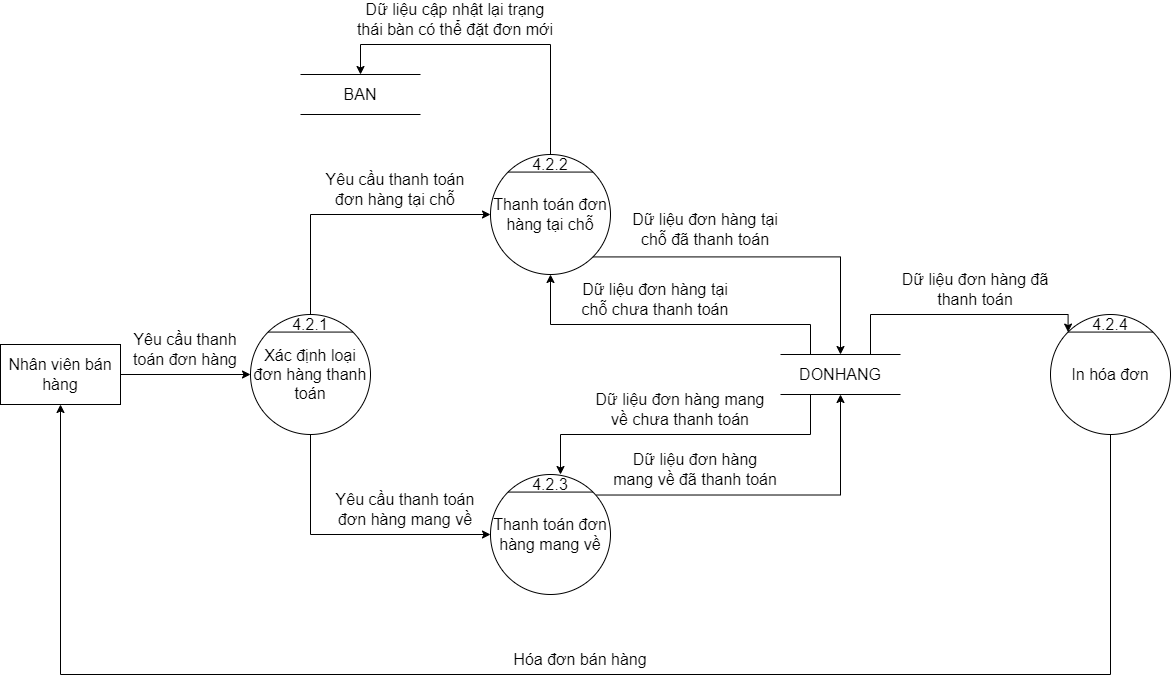
hungtadasuke/CoffeShop_SoftwareTechnology keeps this draw.io diagram as BFD&DFD/BFD&DFD mức 0, 1, 2, 3/DFD_2_Payment.png. Above is the earlier version. Source tidied: cells renumbered, new cells last; positions are measured from the earlier drawing's top-left corner, leaving out a move shared by most shapes.
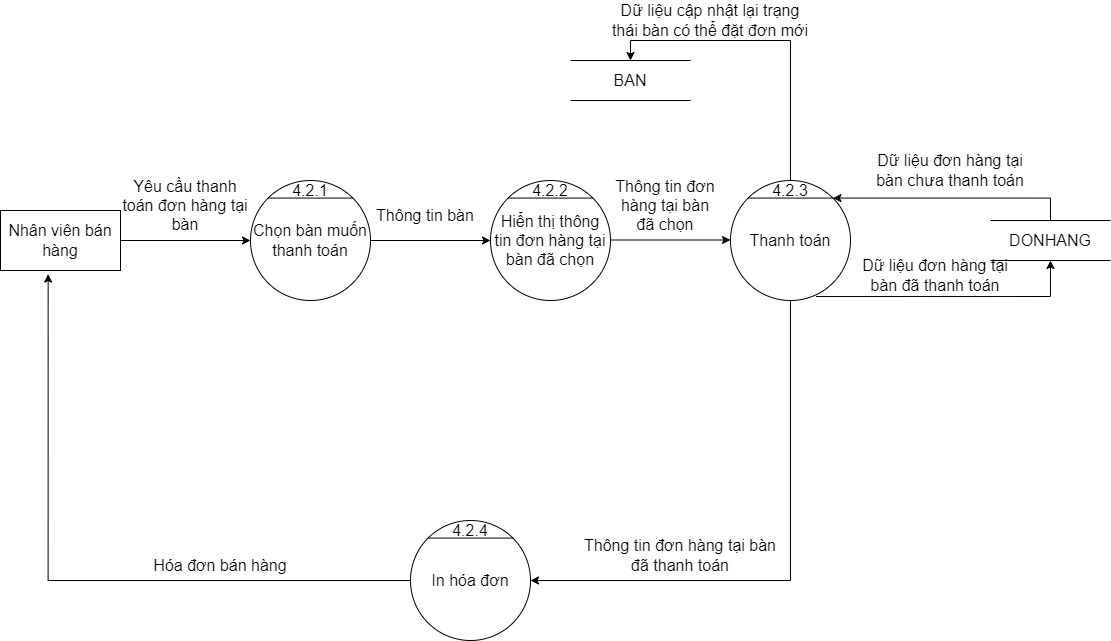
The same file after the commit.

Diff of the diagram source:
```diff
@@ -2,7 +2,7 @@
   <root>
     <mxCell id="0" />
     <mxCell id="1" parent="0" />
-    <mxCell id="2" value="Xác định loại đơn hàng thanh toán" style="ellipse;whiteSpace=wrap;html=1;fontSize=16;" parent="1" vertex="1">
+    <mxCell id="2" value="Chọn bàn muốn thanh toán" style="ellipse;whiteSpace=wrap;html=1;fontSize=16;" parent="1" vertex="1">
       <mxGeometry x="250" y="310" width="120" height="120" as="geometry" />
     </mxCell>
     <mxCell id="3" style="endArrow=none;html=1;rounded=0;exitX=0;exitY=0;exitDx=0;exitDy=0;entryX=1;entryY=0;entryDx=0;entryDy=0;fontSize=16;" parent="1" edge="1" source="2" target="2">
@@ -14,131 +14,105 @@
     <mxCell id="5" value="Nhân viên bán hàng" style="rounded=0;whiteSpace=wrap;html=1;fontSize=16;" parent="1" vertex="1">
       <mxGeometry y="340" width="120" height="60" as="geometry" />
     </mxCell>
-    <mxCell id="6" value="Yêu cầu thanh toán đơn hàng" style="text;html=1;strokeColor=none;fillColor=none;align=center;verticalAlign=middle;whiteSpace=wrap;rounded=0;fontSize=16;" parent="1" vertex="1">
-      <mxGeometry x="120" y="330" width="130" height="30" as="geometry" />
+    <mxCell id="6" value="Yêu cầu thanh toán đơn hàng tại bàn" style="text;html=1;strokeColor=none;fillColor=none;align=center;verticalAlign=middle;whiteSpace=wrap;rounded=0;fontSize=16;" parent="1" vertex="1">
+      <mxGeometry x="120" y="320" width="130" height="30" as="geometry" />
     </mxCell>
     <mxCell id="7" style="endArrow=classic;html=1;rounded=0;exitX=1;exitY=0.5;exitDx=0;exitDy=0;entryX=0;entryY=0.5;entryDx=0;entryDy=0;" parent="1" edge="1" source="5" target="2">
       <mxGeometry relative="1" as="geometry" />
     </mxCell>
-    <mxCell id="8" value="Thanh toán đơn hàng tại chỗ" style="ellipse;whiteSpace=wrap;html=1;fontSize=16;" parent="1" vertex="1">
-      <mxGeometry x="490" y="150" width="120" height="120" as="geometry" />
-    </mxCell>
-    <mxCell id="9" style="endArrow=none;html=1;rounded=0;exitX=0;exitY=0;exitDx=0;exitDy=0;entryX=1;entryY=0;entryDx=0;entryDy=0;fontSize=16;" parent="1" edge="1" source="8" target="8">
-      <mxGeometry relative="1" as="geometry" />
-    </mxCell>
-    <mxCell id="10" value="4.2.2" style="text;html=1;strokeColor=none;fillColor=none;align=center;verticalAlign=middle;whiteSpace=wrap;rounded=0;fontSize=16;" parent="1" vertex="1">
-      <mxGeometry x="530" y="150" width="40" height="20" as="geometry" />
-    </mxCell>
-    <mxCell id="11" value="Thanh toán đơn hàng mang về" style="ellipse;whiteSpace=wrap;html=1;fontSize=16;" parent="1" vertex="1">
-      <mxGeometry x="490" y="470" width="120" height="120" as="geometry" />
-    </mxCell>
-    <mxCell id="12" style="endArrow=none;html=1;rounded=0;exitX=0;exitY=0;exitDx=0;exitDy=0;entryX=1;entryY=0;entryDx=0;entryDy=0;fontSize=16;" parent="1" edge="1" source="11" target="11">
-      <mxGeometry relative="1" as="geometry" />
-    </mxCell>
-    <mxCell id="13" value="4.2.3" style="text;html=1;strokeColor=none;fillColor=none;align=center;verticalAlign=middle;whiteSpace=wrap;rounded=0;fontSize=16;" parent="1" vertex="1">
-      <mxGeometry x="530" y="470" width="40" height="20" as="geometry" />
-    </mxCell>
-    <mxCell id="14" style="edgeStyle=segmentEdgeStyle;endArrow=classic;html=1;rounded=0;entryX=0;entryY=0.5;entryDx=0;entryDy=0;exitX=0.5;exitY=0;exitDx=0;exitDy=0;" parent="1" edge="1" source="4" target="8">
-      <mxGeometry relative="1" as="geometry">
-        <Array as="points">
-          <mxPoint x="310" y="210" />
-        </Array>
-      </mxGeometry>
-    </mxCell>
-    <mxCell id="15" style="edgeStyle=segmentEdgeStyle;endArrow=classic;html=1;rounded=0;exitX=0.5;exitY=1;exitDx=0;exitDy=0;entryX=0;entryY=0.5;entryDx=0;entryDy=0;" parent="1" edge="1" source="2" target="11">
-      <mxGeometry relative="1" as="geometry">
-        <Array as="points">
-          <mxPoint x="310" y="530" />
-        </Array>
-      </mxGeometry>
-    </mxCell>
-    <mxCell id="16" value="Yêu cầu thanh toán đơn hàng tại chỗ" style="text;html=1;strokeColor=none;fillColor=none;align=center;verticalAlign=middle;whiteSpace=wrap;rounded=0;fontSize=16;" parent="1" vertex="1">
-      <mxGeometry x="320" y="170" width="150" height="30" as="geometry" />
-    </mxCell>
-    <mxCell id="17" value="Yêu cầu thanh toán đơn hàng mang về" style="text;html=1;strokeColor=none;fillColor=none;align=center;verticalAlign=middle;whiteSpace=wrap;rounded=0;fontSize=16;" parent="1" vertex="1">
-      <mxGeometry x="330" y="490" width="150" height="30" as="geometry" />
-    </mxCell>
     <mxCell id="18" value="&lt;font style=&quot;font-size: 16px&quot;&gt;DONHANG&lt;/font&gt;" style="shape=partialRectangle;whiteSpace=wrap;html=1;left=0;right=0;fillColor=none;" parent="1" vertex="1">
-      <mxGeometry x="780" y="350" width="120" height="40" as="geometry" />
+      <mxGeometry x="990" y="350" width="120" height="40" as="geometry" />
     </mxCell>
-    <mxCell id="19" style="edgeStyle=segmentEdgeStyle;endArrow=classic;html=1;rounded=0;fontSize=16;entryX=0.5;entryY=0;entryDx=0;entryDy=0;exitX=1;exitY=1;exitDx=0;exitDy=0;" parent="1" edge="1" source="8" target="18">
-      <mxGeometry relative="1" as="geometry" />
-    </mxCell>
-    <mxCell id="20" style="edgeStyle=segmentEdgeStyle;endArrow=classic;html=1;rounded=0;fontSize=16;exitX=0.25;exitY=0;exitDx=0;exitDy=0;entryX=0.5;entryY=1;entryDx=0;entryDy=0;" parent="1" edge="1" source="18" target="8">
-      <mxGeometry relative="1" as="geometry">
-        <Array as="points">
-          <mxPoint x="810" y="320" />
-          <mxPoint x="550" y="320" />
-        </Array>
-      </mxGeometry>
-    </mxCell>
-    <mxCell id="21" value="Dữ liệu đơn hàng tại chỗ chưa thanh toán" style="text;html=1;strokeColor=none;fillColor=none;align=center;verticalAlign=middle;whiteSpace=wrap;rounded=0;fontSize=16;" parent="1" vertex="1">
-      <mxGeometry x="580" y="280" width="150" height="30" as="geometry" />
+    <mxCell id="21" value="Dữ liệu đơn hàng tại bàn chưa thanh toán" style="text;html=1;strokeColor=none;fillColor=none;align=center;verticalAlign=middle;whiteSpace=wrap;rounded=0;fontSize=16;" parent="1" vertex="1">
+      <mxGeometry x="870" y="280" width="160" height="40" as="geometry" />
     </mxCell>
-    <mxCell id="22" value="Dữ liệu đơn hàng tại chỗ đã thanh toán" style="text;html=1;strokeColor=none;fillColor=none;align=center;verticalAlign=middle;whiteSpace=wrap;rounded=0;fontSize=16;" parent="1" vertex="1">
-      <mxGeometry x="630" y="210" width="150" height="30" as="geometry" />
+    <mxCell id="22" value="Dữ liệu đơn hàng tại bàn đã thanh toán" style="text;html=1;strokeColor=none;fillColor=none;align=center;verticalAlign=middle;whiteSpace=wrap;rounded=0;fontSize=16;" parent="1" vertex="1">
+      <mxGeometry x="860" y="390" width="150" height="30" as="geometry" />
     </mxCell>
-    <mxCell id="23" style="edgeStyle=segmentEdgeStyle;endArrow=classic;html=1;rounded=0;fontSize=16;entryX=0.5;entryY=1;entryDx=0;entryDy=0;exitX=0.882;exitY=0.171;exitDx=0;exitDy=0;exitPerimeter=0;" parent="1" edge="1" source="11" target="18">
-      <mxGeometry relative="1" as="geometry" />
-    </mxCell>
-    <mxCell id="24" value="Dữ liệu đơn hàng mang về đã thanh toán" style="text;html=1;strokeColor=none;fillColor=none;align=center;verticalAlign=middle;whiteSpace=wrap;rounded=0;fontSize=16;" parent="1" vertex="1">
-      <mxGeometry x="610" y="450" width="170" height="30" as="geometry" />
-    </mxCell>
-    <mxCell id="25" style="edgeStyle=segmentEdgeStyle;endArrow=classic;html=1;rounded=0;fontSize=16;exitX=0.25;exitY=1;exitDx=0;exitDy=0;entryX=0.75;entryY=0;entryDx=0;entryDy=0;" parent="1" edge="1" source="18" target="13">
-      <mxGeometry relative="1" as="geometry">
-        <Array as="points">
-          <mxPoint x="810" y="430" />
-          <mxPoint x="560" y="430" />
-        </Array>
-      </mxGeometry>
-    </mxCell>
-    <mxCell id="26" value="Dữ liệu đơn hàng mang về chưa thanh toán" style="text;html=1;strokeColor=none;fillColor=none;align=center;verticalAlign=middle;whiteSpace=wrap;rounded=0;fontSize=16;" parent="1" vertex="1">
-      <mxGeometry x="590" y="390" width="180" height="30" as="geometry" />
-    </mxCell>
     <mxCell id="27" value="BAN" style="shape=partialRectangle;whiteSpace=wrap;html=1;left=0;right=0;fillColor=none;fontSize=16;" parent="1" vertex="1">
-      <mxGeometry x="300" y="70" width="120" height="40" as="geometry" />
+      <mxGeometry x="570" y="190" width="120" height="40" as="geometry" />
     </mxCell>
-    <mxCell id="28" style="edgeStyle=segmentEdgeStyle;endArrow=classic;html=1;rounded=0;fontSize=16;exitX=0.5;exitY=0;exitDx=0;exitDy=0;entryX=0.5;entryY=0;entryDx=0;entryDy=0;" parent="1" edge="1" source="10" target="27">
-      <mxGeometry relative="1" as="geometry">
-        <Array as="points">
-          <mxPoint x="550" y="40" />
-          <mxPoint x="360" y="40" />
-        </Array>
-      </mxGeometry>
-    </mxCell>
     <mxCell id="29" value="Dữ liệu cập nhật lại trạng thái bàn có thể đặt đơn mới" style="text;html=1;strokeColor=none;fillColor=none;align=center;verticalAlign=middle;whiteSpace=wrap;rounded=0;fontSize=16;" parent="1" vertex="1">
-      <mxGeometry x="355" width="200" height="30" as="geometry" />
+      <mxGeometry x="610" y="130" width="200" height="40" as="geometry" />
     </mxCell>
-    <mxCell id="30" value="In hóa đơn" style="ellipse;whiteSpace=wrap;html=1;fontSize=16;" parent="1" vertex="1">
-      <mxGeometry x="1050" y="310" width="120" height="120" as="geometry" />
+    <mxCell id="30" value="Hiển thị thông tin đơn hàng tại bàn đã chọn" style="ellipse;whiteSpace=wrap;html=1;fontSize=16;" parent="1" vertex="1">
+      <mxGeometry x="490" y="310" width="120" height="120" as="geometry" />
     </mxCell>
     <mxCell id="31" style="endArrow=none;html=1;rounded=0;exitX=0;exitY=0;exitDx=0;exitDy=0;entryX=1;entryY=0;entryDx=0;entryDy=0;fontSize=16;" parent="1" edge="1" source="30" target="30">
       <mxGeometry relative="1" as="geometry" />
     </mxCell>
-    <mxCell id="32" value="4.2.4" style="text;html=1;strokeColor=none;fillColor=none;align=center;verticalAlign=middle;whiteSpace=wrap;rounded=0;fontSize=16;" parent="1" vertex="1">
-      <mxGeometry x="1090" y="310" width="40" height="20" as="geometry" />
+    <mxCell id="32" value="4.2.2" style="text;html=1;strokeColor=none;fillColor=none;align=center;verticalAlign=middle;whiteSpace=wrap;rounded=0;fontSize=16;" parent="1" vertex="1">
+      <mxGeometry x="530" y="310" width="40" height="20" as="geometry" />
     </mxCell>
-    <mxCell id="33" style="edgeStyle=segmentEdgeStyle;endArrow=classic;html=1;rounded=0;fontSize=16;entryX=0;entryY=0;entryDx=0;entryDy=0;exitX=0.75;exitY=0;exitDx=0;exitDy=0;" parent="1" edge="1" source="18" target="30">
-      <mxGeometry relative="1" as="geometry">
-        <Array as="points">
-          <mxPoint x="870" y="310" />
-          <mxPoint x="1068" y="310" />
-        </Array>
-      </mxGeometry>
-    </mxCell>
-    <mxCell id="34" value="Dữ liệu đơn hàng đã thanh toán" style="text;html=1;strokeColor=none;fillColor=none;align=center;verticalAlign=middle;whiteSpace=wrap;rounded=0;fontSize=16;" parent="1" vertex="1">
-      <mxGeometry x="900" y="270" width="150" height="30" as="geometry" />
-    </mxCell>
-    <mxCell id="35" style="edgeStyle=segmentEdgeStyle;endArrow=classic;html=1;rounded=0;fontSize=16;exitX=0.5;exitY=1;exitDx=0;exitDy=0;entryX=0.5;entryY=1;entryDx=0;entryDy=0;" parent="1" edge="1" source="30" target="5">
-      <mxGeometry relative="1" as="geometry">
-        <Array as="points">
-          <mxPoint x="1110" y="670" />
-          <mxPoint x="60" y="670" />
-        </Array>
-      </mxGeometry>
-    </mxCell>
     <mxCell id="36" value="Hóa đơn bán hàng" style="text;html=1;strokeColor=none;fillColor=none;align=center;verticalAlign=middle;whiteSpace=wrap;rounded=0;fontSize=16;" parent="1" vertex="1">
-      <mxGeometry x="500" y="640" width="160" height="30" as="geometry" />
+      <mxGeometry x="140" y="680" width="160" height="30" as="geometry" />
     </mxCell>
+    <mxCell id="37" style="endArrow=classic;html=1;rounded=0;exitX=1;exitY=0.5;exitDx=0;exitDy=0;" parent="1" edge="1" source="2">
+      <mxGeometry relative="1" as="geometry">
+        <mxPoint x="490" y="370" as="targetPoint" />
+      </mxGeometry>
+    </mxCell>
+    <mxCell id="38" value="Thông tin bàn" style="text;html=1;strokeColor=none;fillColor=none;align=center;verticalAlign=middle;whiteSpace=wrap;rounded=0;fontSize=16;" parent="1" vertex="1">
+      <mxGeometry x="360" y="330" width="130" height="30" as="geometry" />
+    </mxCell>
+    <mxCell id="39" value="Thanh toán" style="ellipse;whiteSpace=wrap;html=1;fontSize=16;" parent="1" vertex="1">
+      <mxGeometry x="730" y="310" width="120" height="120" as="geometry" />
+    </mxCell>
+    <mxCell id="40" style="endArrow=none;html=1;rounded=0;exitX=0;exitY=0;exitDx=0;exitDy=0;entryX=1;entryY=0;entryDx=0;entryDy=0;fontSize=16;" parent="1" edge="1" source="39" target="39">
+      <mxGeometry relative="1" as="geometry" />
+    </mxCell>
+    <mxCell id="13" value="4.2.3" style="text;html=1;strokeColor=none;fillColor=none;align=center;verticalAlign=middle;whiteSpace=wrap;rounded=0;fontSize=16;" parent="1" vertex="1">
+      <mxGeometry x="770" y="310" width="40" height="20" as="geometry" />
+    </mxCell>
+    <mxCell id="41" style="endArrow=classic;html=1;rounded=0;exitX=1;exitY=0.5;exitDx=0;exitDy=0;" parent="1" edge="1">
+      <mxGeometry relative="1" as="geometry">
+        <mxPoint x="610" y="369.5" as="sourcePoint" />
+        <mxPoint x="730" y="369.5" as="targetPoint" />
+      </mxGeometry>
+    </mxCell>
+    <mxCell id="42" value="Thông tin đơn hàng tại bàn&lt;br&gt;đã chọn" style="text;html=1;strokeColor=none;fillColor=none;align=center;verticalAlign=middle;whiteSpace=wrap;rounded=0;fontSize=16;" parent="1" vertex="1">
+      <mxGeometry x="600" y="320" width="130" height="30" as="geometry" />
+    </mxCell>
+    <mxCell id="43" style="edgeStyle=segmentEdgeStyle;endArrow=classic;html=1;rounded=0;entryX=0.5;entryY=0;entryDx=0;entryDy=0;exitX=0.5;exitY=0;exitDx=0;exitDy=0;" parent="1" edge="1" source="13" target="27">
+      <mxGeometry relative="1" as="geometry">
+        <Array as="points">
+          <mxPoint x="790" y="170" />
+          <mxPoint x="630" y="170" />
+        </Array>
+      </mxGeometry>
+    </mxCell>
+    <mxCell id="44" style="edgeStyle=segmentEdgeStyle;endArrow=classic;html=1;rounded=0;exitX=0.5;exitY=1;exitDx=0;exitDy=0;" parent="1" edge="1" source="39">
+      <mxGeometry relative="1" as="geometry">
+        <mxPoint x="530" y="710" as="targetPoint" />
+        <Array as="points">
+          <mxPoint x="790" y="710" />
+        </Array>
+      </mxGeometry>
+    </mxCell>
+    <mxCell id="45" value="In hóa đơn" style="ellipse;whiteSpace=wrap;html=1;fontSize=16;" parent="1" vertex="1">
+      <mxGeometry x="410" y="650" width="120" height="120" as="geometry" />
+    </mxCell>
+    <mxCell id="46" style="endArrow=none;html=1;rounded=0;exitX=0;exitY=0;exitDx=0;exitDy=0;entryX=1;entryY=0;entryDx=0;entryDy=0;fontSize=16;" parent="1" edge="1" source="45" target="45">
+      <mxGeometry relative="1" as="geometry" />
+    </mxCell>
+    <mxCell id="47" value="4.2.4" style="text;html=1;strokeColor=none;fillColor=none;align=center;verticalAlign=middle;whiteSpace=wrap;rounded=0;fontSize=16;" parent="1" vertex="1">
+      <mxGeometry x="450" y="650" width="40" height="20" as="geometry" />
+    </mxCell>
+    <mxCell id="48" style="edgeStyle=segmentEdgeStyle;endArrow=classic;html=1;rounded=0;exitX=0;exitY=0.5;exitDx=0;exitDy=0;entryX=0.397;entryY=1.06;entryDx=0;entryDy=0;entryPerimeter=0;" parent="1" edge="1" source="45" target="5">
+      <mxGeometry relative="1" as="geometry" />
+    </mxCell>
+    <mxCell id="49" value="Thông tin đơn hàng tại bàn&lt;br&gt;đã thanh toán" style="text;html=1;strokeColor=none;fillColor=none;align=center;verticalAlign=middle;whiteSpace=wrap;rounded=0;fontSize=16;" parent="1" vertex="1">
+      <mxGeometry x="580" y="670" width="200" height="30" as="geometry" />
+    </mxCell>
+    <mxCell id="50" style="edgeStyle=segmentEdgeStyle;endArrow=classic;html=1;rounded=0;exitX=0.5;exitY=0;exitDx=0;exitDy=0;entryX=1;entryY=0;entryDx=0;entryDy=0;" parent="1" edge="1" source="18" target="39">
+      <mxGeometry relative="1" as="geometry">
+        <Array as="points">
+          <mxPoint x="1050" y="328" />
+        </Array>
+      </mxGeometry>
+    </mxCell>
+    <mxCell id="51" style="edgeStyle=segmentEdgeStyle;endArrow=classic;html=1;rounded=0;entryX=0.5;entryY=1;entryDx=0;entryDy=0;exitX=0.713;exitY=0.967;exitDx=0;exitDy=0;exitPerimeter=0;" parent="1" edge="1" source="39" target="18">
+      <mxGeometry relative="1" as="geometry" />
+    </mxCell>
   </root>
 </mxGraphModel>
```
